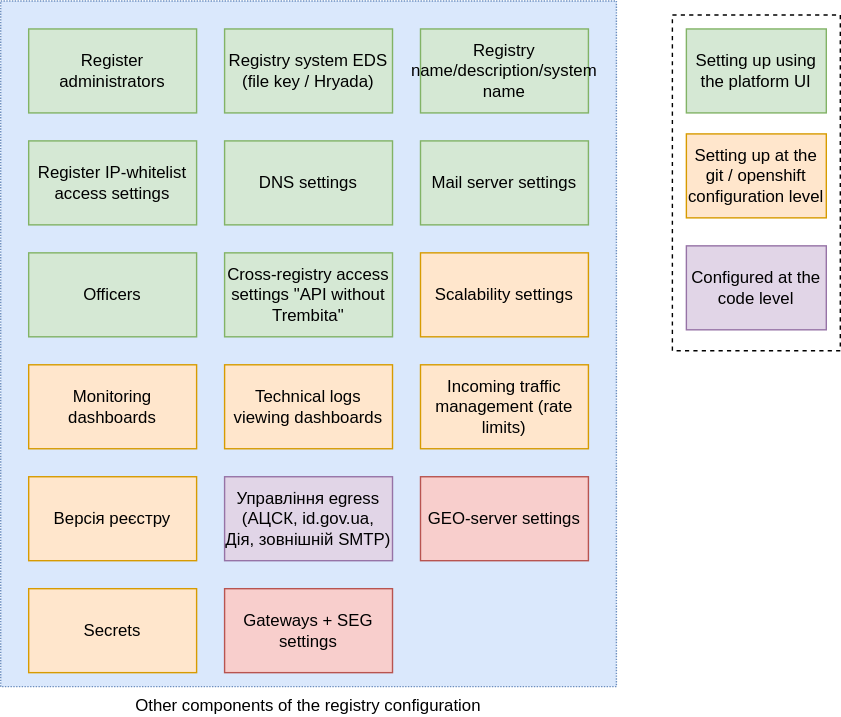
Above: docs/en/modules/arch/images/architecture/platform/administrative/config-management/registry-configuration-structure.svg in epam/edp-ddm-architecture (draw.io), before the change. Source tidied: cells renumbered, new cells last; positions are measured from the earlier drawing's top-left corner, leaving out a move shared by most shapes.
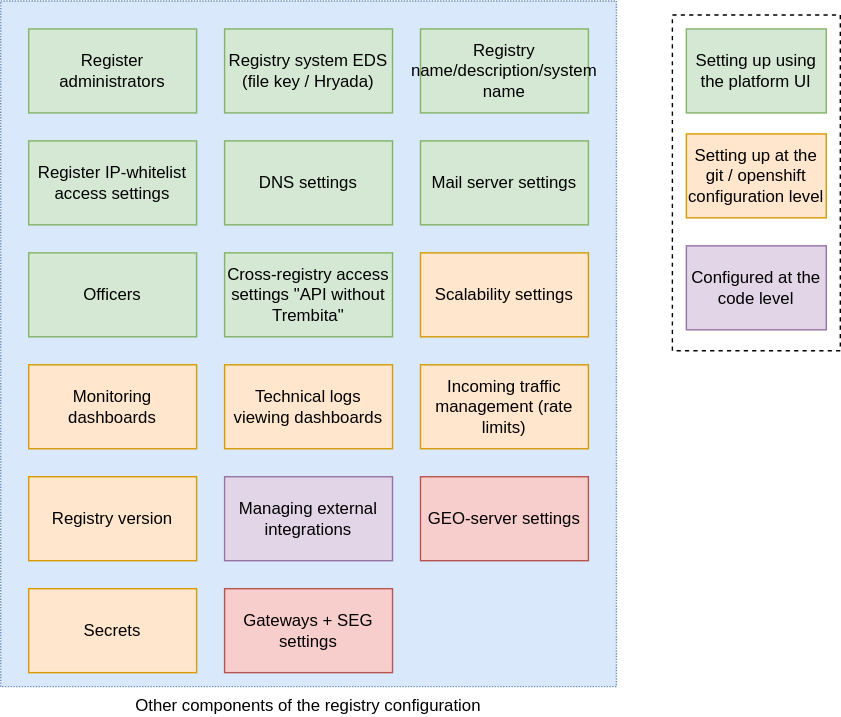
Above is the later version.

Change to the diagram source:
```diff
@@ -29,7 +29,7 @@
     <mxCell id="10" value="Register IP-whitelist access settings" style="rounded=0;whiteSpace=wrap;html=1;fillColor=#d5e8d4;strokeColor=#82b366;" parent="1" vertex="1">
       <mxGeometry x="20" y="100" width="120" height="60" as="geometry" />
     </mxCell>
-    <mxCell id="11" value="Управління egress&lt;br&gt;(АЦСК, id.gov.ua, Дія, зовнішній SMTP)" style="rounded=0;whiteSpace=wrap;html=1;fillColor=#e1d5e7;strokeColor=#9673a6;" parent="1" vertex="1">
+    <mxCell id="11" value="Managing external integrations" style="rounded=0;whiteSpace=wrap;html=1;fillColor=#e1d5e7;strokeColor=#9673a6;" parent="1" vertex="1">
       <mxGeometry x="160" y="340" width="120" height="60" as="geometry" />
     </mxCell>
     <mxCell id="12" value="Setting up using the platform UI" style="rounded=0;whiteSpace=wrap;html=1;fillColor=#d5e8d4;strokeColor=#82b366;" parent="1" vertex="1">
@@ -41,7 +41,7 @@
     <mxCell id="14" value="Configured at the code level" style="rounded=0;whiteSpace=wrap;html=1;fillColor=#e1d5e7;strokeColor=#9673a6;" parent="1" vertex="1">
       <mxGeometry x="490" y="175" width="100" height="60" as="geometry" />
     </mxCell>
-    <mxCell id="15" value="Версія реєстру" style="rounded=0;whiteSpace=wrap;html=1;fillColor=#ffe6cc;strokeColor=#d79b00;" parent="1" vertex="1">
+    <mxCell id="15" value="Registry version" style="rounded=0;whiteSpace=wrap;html=1;fillColor=#ffe6cc;strokeColor=#d79b00;" parent="1" vertex="1">
       <mxGeometry x="20" y="340" width="120" height="60" as="geometry" />
     </mxCell>
     <mxCell id="16" value="Monitoring dashboards" style="rounded=0;whiteSpace=wrap;html=1;fillColor=#ffe6cc;strokeColor=#d79b00;" parent="1" vertex="1">
```
